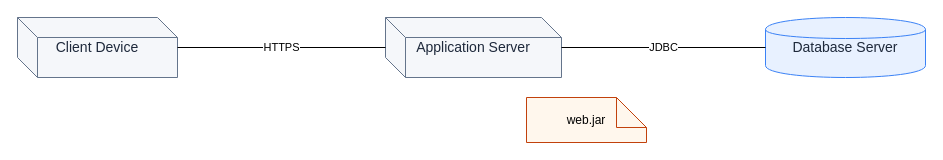
Earlier version of the draw.io diagram examples/10-deployment/generated-deployment.drawio (XU-QiYi/ai-diagram-tool). Source tidied: cells renumbered, new cells numbered last; positions are measured from the earlier drawing's top-left corner, leaving out a move shared by most shapes. Both pictures are drawn from the tidied source at 100%, with x=0, y=0 at pixel (17, 17).
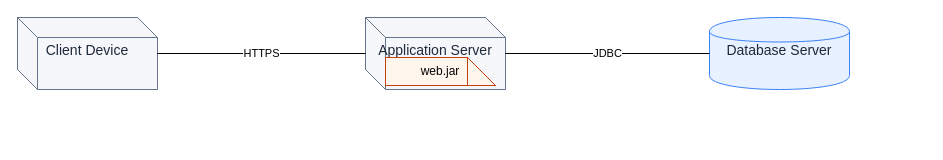
After the change.

What changed in the source:
```diff
@@
 <mxGraphModel>
   <root>
     <mxCell id="0" />
     <mxCell id="1" parent="0" />
-    <mxCell id="2" value="Client Device" style="whiteSpace=wrap;html=1;shape=cube;fillColor=#F5F7FA;strokeColor=#64748B;fontColor=#1E293B;fontSize=14;strokeWidth=1;spacing=8;" parent="1" vertex="1">
-      <mxGeometry width="160" height="60" as="geometry" />
+    <mxCell id="2" value="Client Device" style="whiteSpace=wrap;html=1;shape=cube;verticalAlign=top;spacingTop=12;fillColor=#F5F7FA;strokeColor=#64748B;fontColor=#1E293B;fontSize=14;strokeWidth=1;spacing=8;" parent="1" vertex="1">
+      <mxGeometry width="140" height="72" as="geometry" />
     </mxCell>
-    <mxCell id="3" value="Application Server" style="whiteSpace=wrap;html=1;shape=cube;fillColor=#F5F7FA;strokeColor=#64748B;fontColor=#1E293B;fontSize=14;strokeWidth=1;spacing=8;" parent="1" vertex="1">
-      <mxGeometry x="368" width="176" height="60" as="geometry" />
+    <mxCell id="3" value="Application Server" style="whiteSpace=wrap;html=1;shape=cube;verticalAlign=top;spacingTop=12;fillColor=#F5F7FA;strokeColor=#64748B;fontColor=#1E293B;fontSize=14;strokeWidth=1;spacing=8;" parent="1" vertex="1">
+      <mxGeometry x="348" width="140" height="72" as="geometry" />
     </mxCell>
-    <mxCell id="4" value="Database Server" style="whiteSpace=wrap;html=1;shape=cylinder;fillColor=#E8F1FF;strokeColor=#3B82F6;fontColor=#1E293B;fontSize=14;strokeWidth=1;spacing=8;" parent="1" vertex="1">
-      <mxGeometry x="748" width="160" height="60" as="geometry" />
+    <mxCell id="4" value="Database Server" style="whiteSpace=wrap;html=1;shape=cylinder;verticalAlign=top;spacingTop=12;fillColor=#E8F1FF;strokeColor=#3B82F6;fontColor=#1E293B;fontSize=14;strokeWidth=1;spacing=8;" parent="1" vertex="1">
+      <mxGeometry x="692" width="140" height="72" as="geometry" />
     </mxCell>
-    <mxCell id="5" value="HTTPS" style="edgeStyle=orthogonalEdgeStyle;rounded=0;jettySize=auto;html=1;strokeColor=#000000;fontColor=#000000;endArrow=none;edgeStyle=none;strokeColor=#000000;fontColor=#000000;" parent="1" edge="1" source="2" target="3">
+    <mxCell id="5" value="HTTPS" style="edgeStyle=orthogonalEdgeStyle;rounded=0;jettySize=auto;html=1;strokeColor=#000000;fontColor=#000000;labelBackgroundColor=#FFFFFF;endArrow=none;edgeStyle=none;exitX=1;exitY=0.5;exitDx=0;exitDy=0;entryX=0;entryY=0.5;entryDx=0;entryDy=0;strokeColor=#000000;fontColor=#000000;" parent="1" edge="1" source="2" target="3">
       <mxGeometry relative="1" as="geometry" />
     </mxCell>
-    <mxCell id="6" value="JDBC" style="edgeStyle=orthogonalEdgeStyle;rounded=0;jettySize=auto;html=1;strokeColor=#000000;fontColor=#000000;endArrow=none;edgeStyle=none;strokeColor=#000000;fontColor=#000000;" parent="1" edge="1" source="3" target="4">
+    <mxCell id="6" value="JDBC" style="edgeStyle=orthogonalEdgeStyle;rounded=0;jettySize=auto;html=1;strokeColor=#000000;fontColor=#000000;labelBackgroundColor=#FFFFFF;endArrow=none;edgeStyle=none;exitX=1;exitY=0.5;exitDx=0;exitDy=0;entryX=0;entryY=0.5;entryDx=0;entryDy=0;strokeColor=#000000;fontColor=#000000;" parent="1" edge="1" source="3" target="4">
       <mxGeometry relative="1" as="geometry" />
     </mxCell>
     <mxCell id="7" value="web.jar" style="shape=note;whiteSpace=wrap;html=1;fillColor=#FFF7ED;strokeColor=#C2410C;" parent="1" vertex="1">
-      <mxGeometry x="509" y="80" width="120" height="45" as="geometry" />
+      <mxGeometry x="368" y="40" width="110" height="28" as="geometry" />
     </mxCell>
   </root>
 </mxGraphModel>
```
